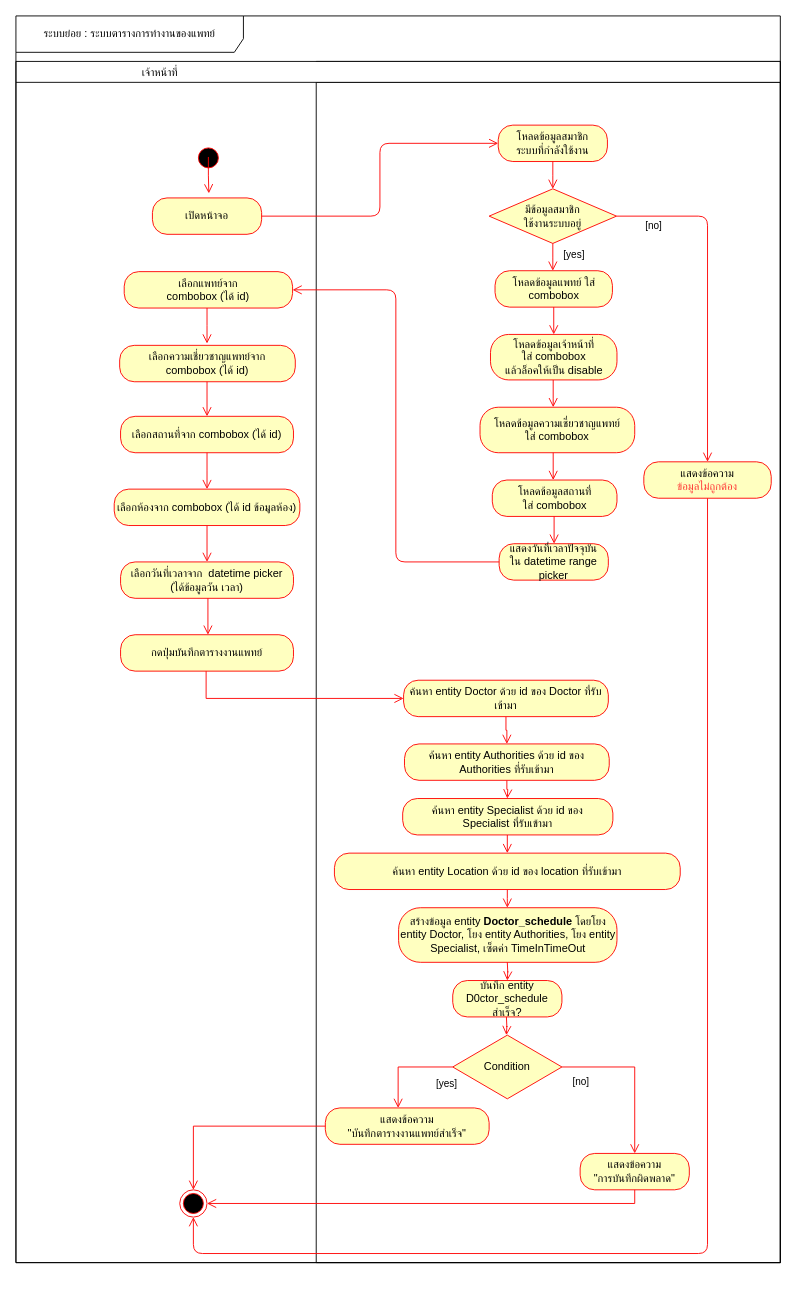
This is page "activity-2" (4 of 9) of ระบบนัดหมาย.drawio from nunpromporn/DoctorSchedule, a draw.io file, before an edit. Source tidied: cells renumbered, new cells numbered last; positions are measured from the earlier drawing's top-left corner, leaving out a move shared by most shapes. Both pictures are drawn from the tidied source at 91%, with x=0, y=0 at pixel (15, 15).
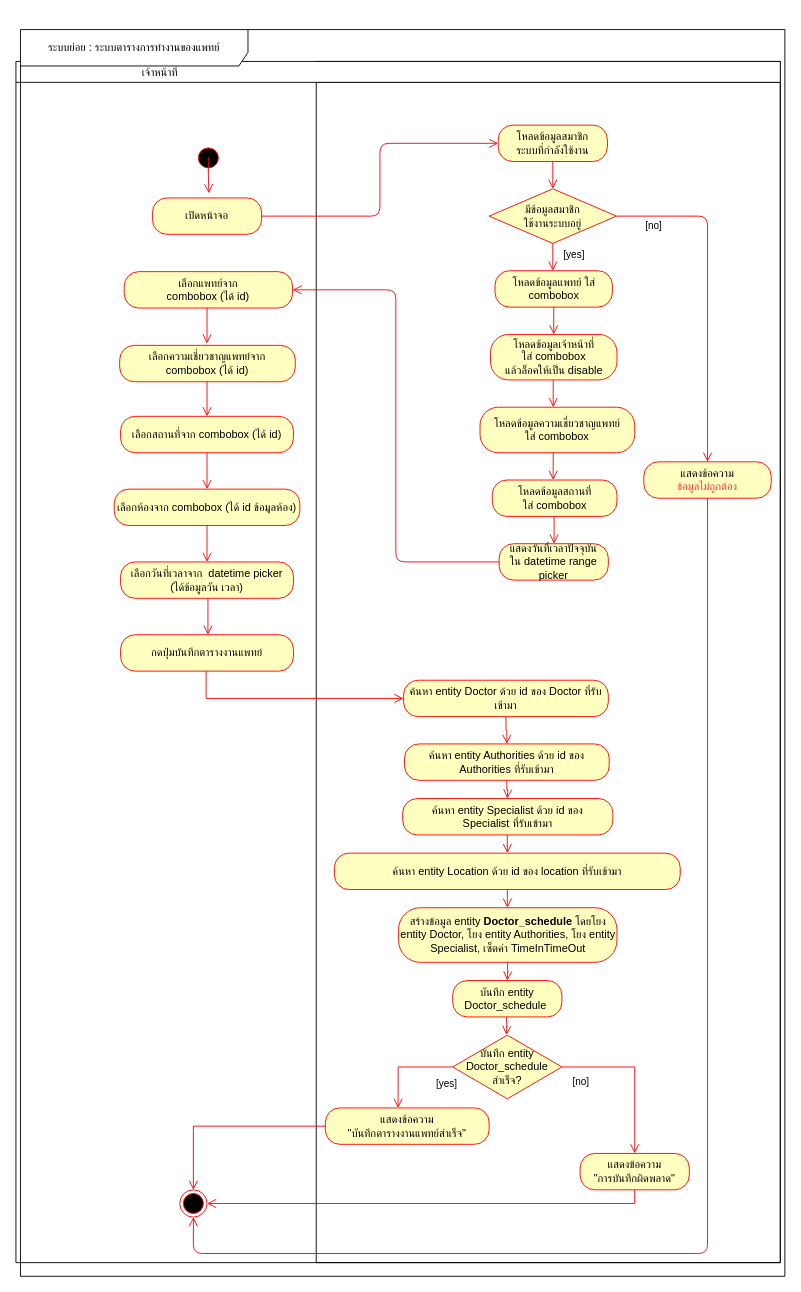
The same page after the edit.

The change refers to these unchanged cells:
```xml
<mxCell id="23" value="                                         เจ้าหน้าที่" style="swimlane;fontStyle=0;align=left;" parent="2" vertex="1">
  <mxGeometry x="-330" width="840" height="1320" as="geometry" />
</mxCell>
```

What changed in the source:
```diff
@@
     <mxCell id="24" value="ระบบย่อย : ระบบตารางการทำงานของแพทย์" style="shape=umlFrame;whiteSpace=wrap;html=1;width=250;height=40;" parent="23" vertex="1">
-      <mxGeometry y="-50" width="840" height="1370" as="geometry" />
+      <mxGeometry x="5" y="-35" width="840" height="1370" as="geometry" />
     </mxCell>
@@
-    <mxCell id="44" value="บันทึก entity D0ctor_schedule สำเร็จ?" style="rounded=1;whiteSpace=wrap;html=1;arcSize=40;fontColor=#000000;fillColor=#ffffc0;strokeColor=#ff0000;" parent="1" vertex="1">
+    <mxCell id="44" value="บันทึก entity Doctor_schedule&amp;nbsp;" style="rounded=1;whiteSpace=wrap;html=1;arcSize=40;fontColor=#000000;fillColor=#ffffc0;strokeColor=#ff0000;" parent="1" vertex="1">
       <mxGeometry x="480" y="1060" width="120" height="40" as="geometry" />
     </mxCell>
@@
-    <mxCell id="50" value="Condition" style="rhombus;whiteSpace=wrap;html=1;fillColor=#ffffc0;strokeColor=#ff0000;" parent="1" vertex="1">
+    <mxCell id="50" value="บันทึก entity Doctor_schedule สำเร็จ?" style="rhombus;whiteSpace=wrap;html=1;fillColor=#ffffc0;strokeColor=#ff0000;" parent="1" vertex="1">
       <mxGeometry x="480" y="1120" width="120" height="70" as="geometry" />
     </mxCell>
```
